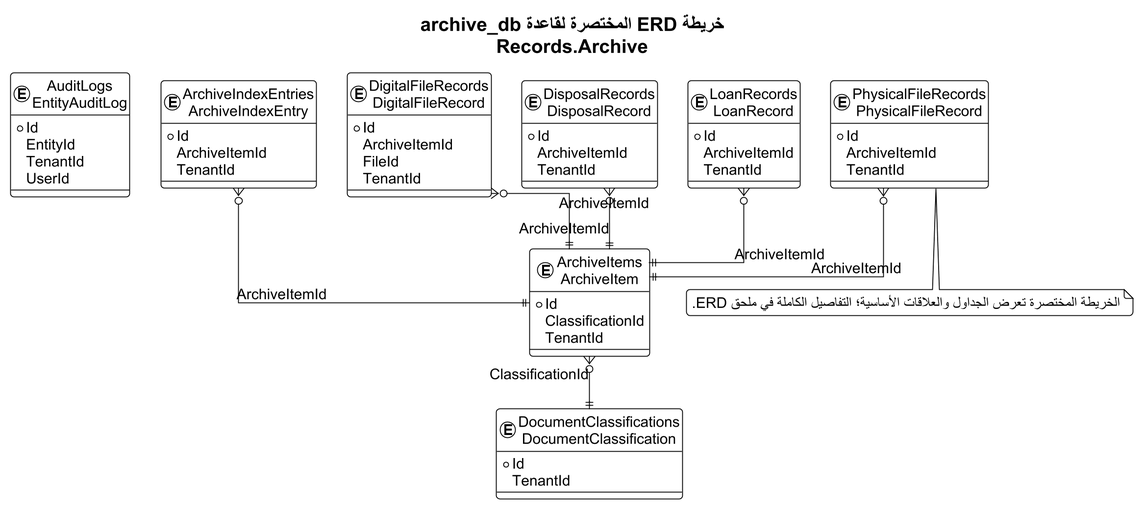
The PlantUML diagram docs/thesis_diagrams/database_erdds/compact_rendered/15_archive_compact.png in omardefdev/HRManagement, before a commit.
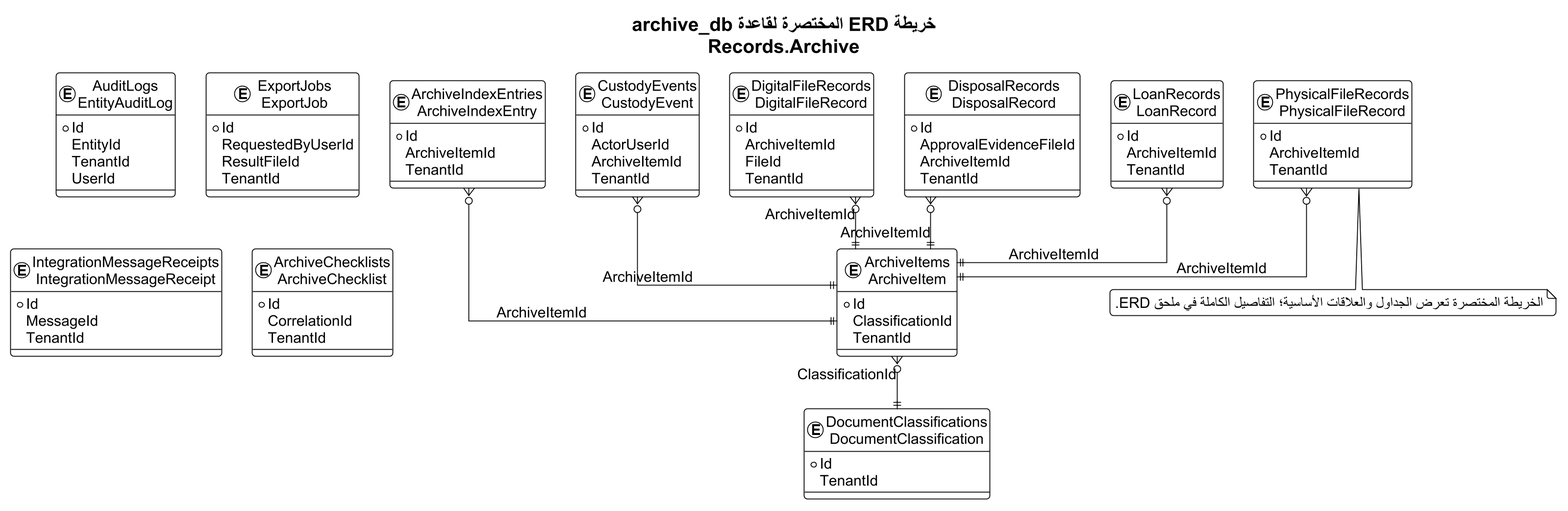
The same file after the commit.

The edit, as a diff of the source:
```diff
@@ -18,48 +18,72 @@
     TenantId
     UserId
 }
-entity "ArchiveIndexEntries\nArchiveIndexEntry" as T02 {
+entity "ExportJobs\nExportJob" as T02 {
+  * Id
+    RequestedByUserId
+    ResultFileId
+    TenantId
+}
+entity "IntegrationMessageReceipts\nIntegrationMessageReceipt" as T03 {
+  * Id
+    MessageId
+    TenantId
+}
+entity "ArchiveChecklists\nArchiveChecklist" as T04 {
+  * Id
+    CorrelationId
+    TenantId
+}
+entity "ArchiveIndexEntries\nArchiveIndexEntry" as T05 {
   * Id
     ArchiveItemId
     TenantId
 }
-entity "ArchiveItems\nArchiveItem" as T03 {
+entity "ArchiveItems\nArchiveItem" as T06 {
   * Id
     ClassificationId
     TenantId
 }
-entity "DigitalFileRecords\nDigitalFileRecord" as T04 {
+entity "CustodyEvents\nCustodyEvent" as T07 {
+  * Id
+    ActorUserId
+    ArchiveItemId
+    TenantId
+}
+entity "DigitalFileRecords\nDigitalFileRecord" as T08 {
   * Id
     ArchiveItemId
     FileId
     TenantId
 }
-entity "DisposalRecords\nDisposalRecord" as T05 {
+entity "DisposalRecords\nDisposalRecord" as T09 {
+  * Id
+    ApprovalEvidenceFileId
+    ArchiveItemId
+    TenantId
+}
+entity "DocumentClassifications\nDocumentClassification" as T10 {
+  * Id
+    TenantId
+}
+entity "LoanRecords\nLoanRecord" as T11 {
   * Id
     ArchiveItemId
     TenantId
 }
-entity "DocumentClassifications\nDocumentClassification" as T06 {
-  * Id
-    TenantId
-}
-entity "LoanRecords\nLoanRecord" as T07 {
-  * Id
-    ArchiveItemId
-    TenantId
-}
-entity "PhysicalFileRecords\nPhysicalFileRecord" as T08 {
+entity "PhysicalFileRecords\nPhysicalFileRecord" as T12 {
   * Id
     ArchiveItemId
     TenantId
 }
 
-T02 }o--|| T03 : ArchiveItemId
-T03 }o--|| T06 : ClassificationId
-T04 }o--|| T03 : ArchiveItemId
-T05 }o--|| T03 : ArchiveItemId
-T07 }o--|| T03 : ArchiveItemId
-T08 }o--|| T03 : ArchiveItemId
+T05 }o--|| T06 : ArchiveItemId
+T06 }o--|| T10 : ClassificationId
+T07 }o--|| T06 : ArchiveItemId
+T08 }o--|| T06 : ArchiveItemId
+T09 }o--|| T06 : ArchiveItemId
+T11 }o--|| T06 : ArchiveItemId
+T12 }o--|| T06 : ArchiveItemId
 
 note bottom
 الخريطة المختصرة تعرض الجداول والعلاقات الأساسية؛ التفاصيل الكاملة في ملحق ERD.
```
